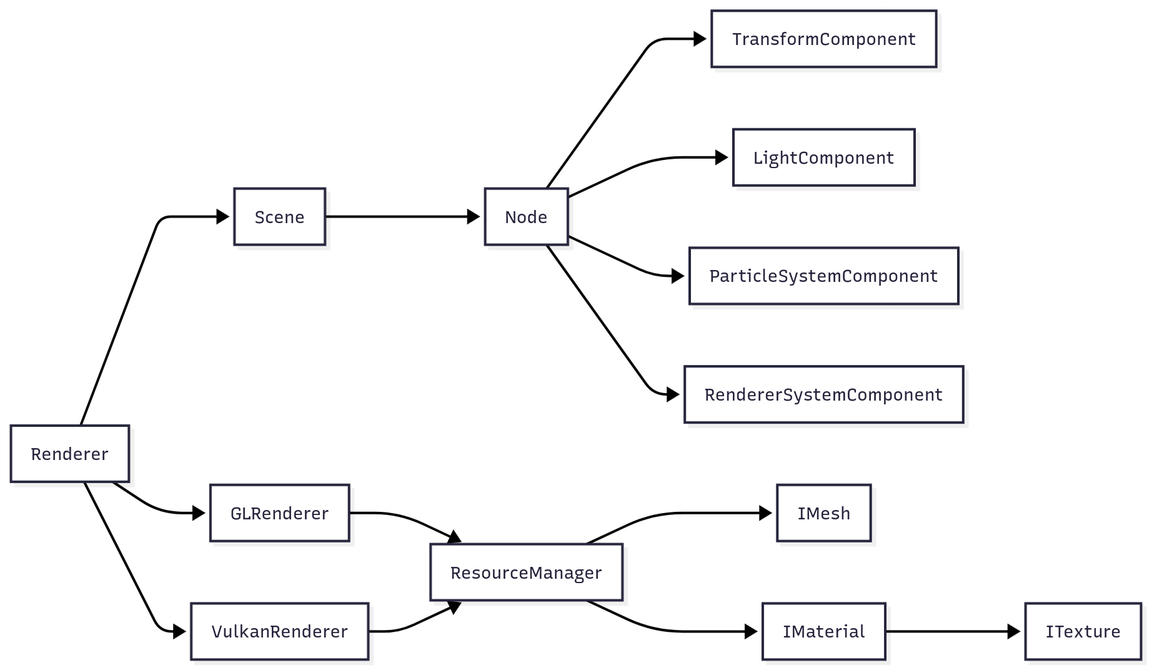
Earlier version of the Mermaid export figures/uml_scene_renderer.png (Fuwuffyi/thesis-project-tex). Its source is kept beside it as figures/uml_scene_renderer.mermaid.
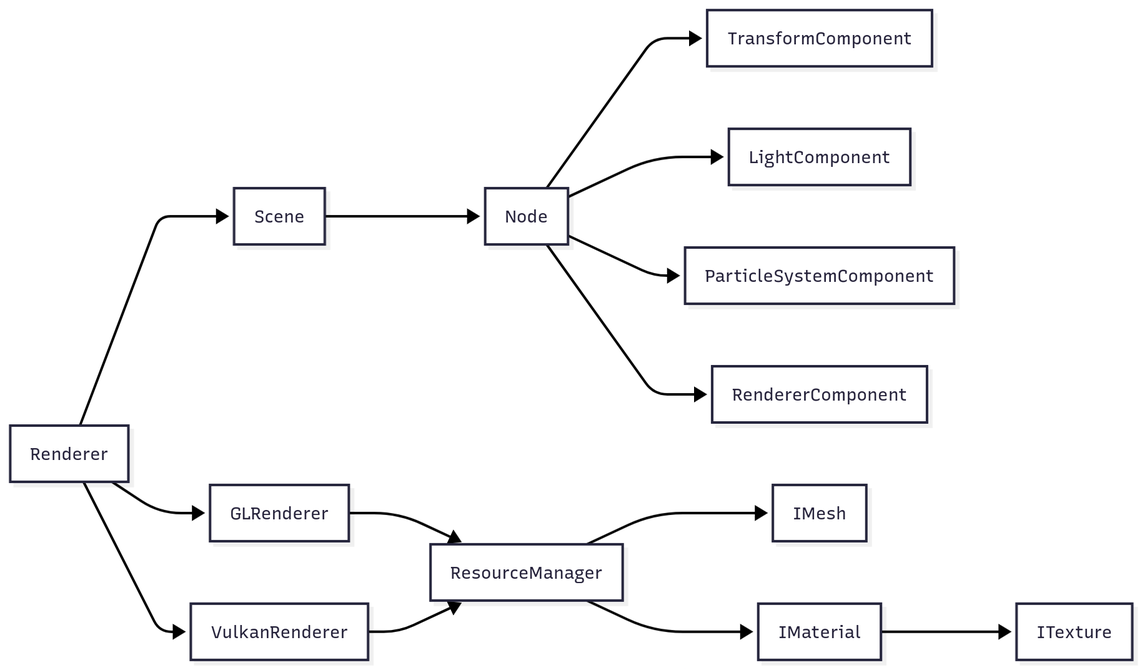
Above is the later version.

Change to the diagram source:
```diff
@@ -3,7 +3,7 @@
     Node --> TransformComponent
     Node --> LightComponent
     Node --> ParticleSystemComponent
-    Node --> RendererSystemComponent
+    Node --> RendererComponent
     Renderer --> Scene
     Renderer --> GLRenderer
     Renderer --> VulkanRenderer
```
